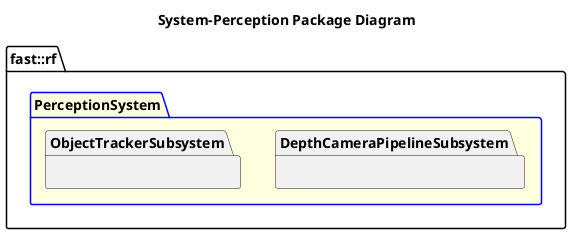
Above: Systems/Perception/doc/puml/SystemPerceptionPackageDiagram.png in fastrobotics/robot_framework (PlantUML), before the change.
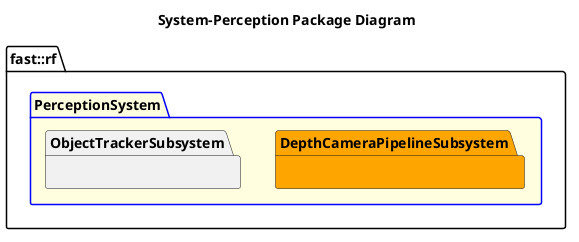
The same diagram one commit later.

Change to the diagram source:
```diff
@@ -4,7 +4,7 @@
 namespace fast::rf {
     package PerceptionSystem #LightYellow;line:blue {
 
-        namespace DepthCameraPipelineSubsystem {
+        namespace DepthCameraPipelineSubsystem #Orange {
 
         }
         namespace ObjectTrackerSubsystem {
```
